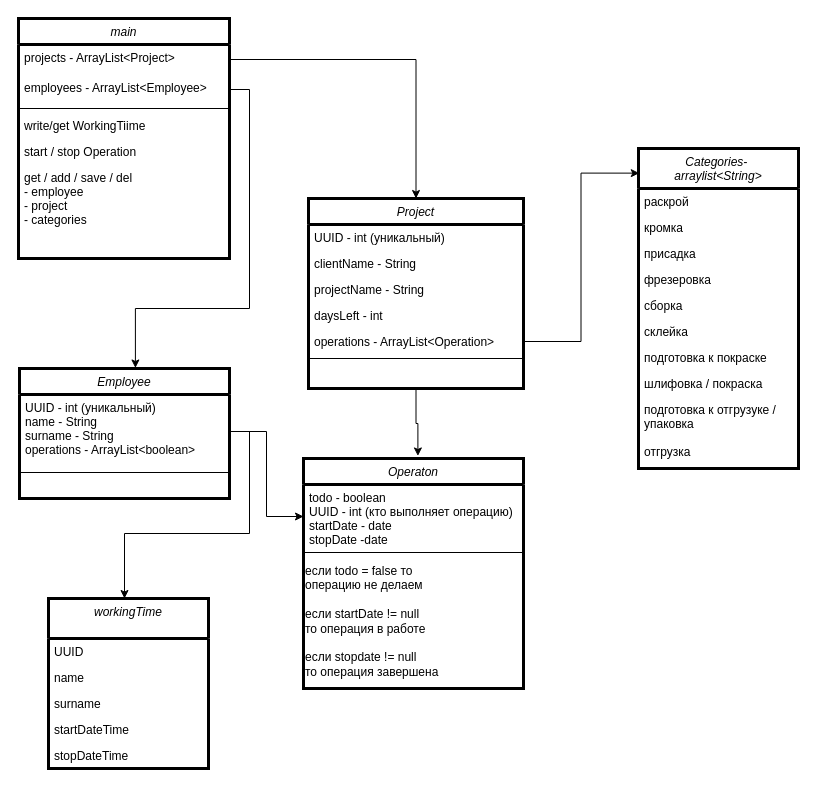
This is Диаграмма TRAE.drawio from darken321/diagrams, a draw.io file, before an edit. Source tidied: cells renumbered, new cells numbered last; positions are measured from the earlier drawing's top-left corner, leaving out a move shared by most shapes. Both pictures are drawn from the tidied source at 100%, with x=0, y=0 at pixel (18, 18).
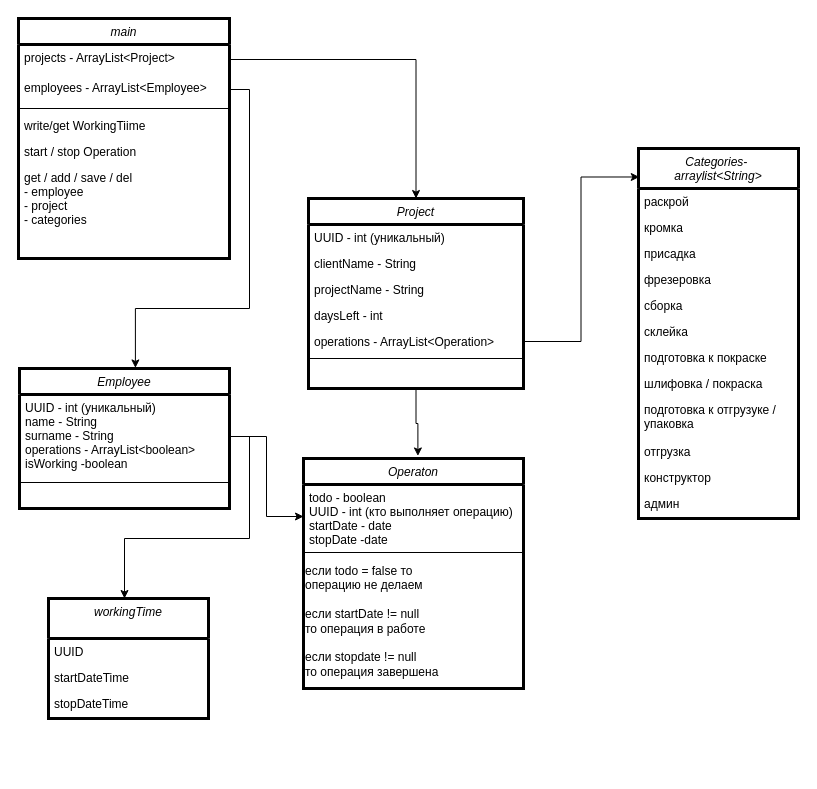
The same page after the edit.

Diff of the diagram source:
```diff
@@
     <mxCell id="10" value="Categories- &#10;arraylist&lt;String&gt;" style="swimlane;fontStyle=2;align=center;verticalAlign=top;horizontal=1;startSize=40;rounded=0;shadow=0;strokeWidth=3;" parent="1" vertex="1">
-      <mxGeometry x="620" y="130" width="160" height="320" as="geometry" />
+      <mxGeometry x="620" y="130" width="160" height="370" as="geometry" />
     </mxCell>
@@
+    <mxCell id="46" value="конструктор" style="text;align=left;verticalAlign=top;spacingLeft=4;spacingRight=4;overflow=hidden;rounded=0;shadow=0;html=0;" parent="10" vertex="1">
+      <mxGeometry y="316" width="160" height="26" as="geometry" />
+    </mxCell>
+    <mxCell id="47" value="админ" style="text;align=left;verticalAlign=top;spacingLeft=4;spacingRight=4;overflow=hidden;rounded=0;shadow=0;html=0;" parent="10" vertex="1">
+      <mxGeometry y="342" width="160" height="26" as="geometry" />
+    </mxCell>
     <mxCell id="21" value="Employee" style="swimlane;fontStyle=2;align=center;verticalAlign=top;horizontal=1;startSize=26;rounded=0;shadow=0;strokeWidth=3;" parent="1" vertex="1">
-      <mxGeometry x="1" y="350" width="210" height="130" as="geometry" />
+      <mxGeometry x="1" y="350" width="210" height="140" as="geometry" />
     </mxCell>
-    <mxCell id="22" value="UUID - int (уникальный)&#10;name - String&#10;surname - String&#10;operations - ArrayList&lt;boolean&gt;&#10;" style="text;align=left;verticalAlign=top;spacingLeft=4;spacingRight=4;overflow=hidden;points=[[0,0.5],[1,0.5]];portConstraint=eastwest;" parent="21" vertex="1">
-      <mxGeometry y="26" width="210" height="74" as="geometry" />
+    <mxCell id="22" value="UUID - int (уникальный)&#10;name - String&#10;surname - String&#10;operations - ArrayList&lt;boolean&gt;&#10;isWorking -boolean" style="text;align=left;verticalAlign=top;spacingLeft=4;spacingRight=4;overflow=hidden;points=[[0,0.5],[1,0.5]];portConstraint=eastwest;" parent="21" vertex="1">
+      <mxGeometry y="26" width="210" height="84" as="geometry" />
     </mxCell>
     <mxCell id="23" style="line;html=1;strokeWidth=1;align=left;verticalAlign=middle;spacingTop=-1;spacingLeft=3;spacingRight=3;labelPosition=right;" parent="21" vertex="1">
-      <mxGeometry y="100" width="210" height="8" as="geometry" />
+      <mxGeometry y="110" width="210" height="8" as="geometry" />
     </mxCell>
@@
     <mxCell id="38" value="workingTime" style="swimlane;fontStyle=2;align=center;verticalAlign=top;horizontal=1;startSize=40;rounded=0;shadow=0;strokeWidth=3;" parent="1" vertex="1">
-      <mxGeometry x="30" y="580" width="160" height="170" as="geometry" />
+      <mxGeometry x="30" y="580" width="160" height="120" as="geometry" />
     </mxCell>
@@
-    <mxCell id="40" value="name" style="text;align=left;verticalAlign=top;spacingLeft=4;spacingRight=4;overflow=hidden;" parent="38" vertex="1">
-      <mxGeometry y="66" width="160" height="26" as="geometry" />
-    </mxCell>
-    <mxCell id="41" value="surname" style="text;align=left;verticalAlign=top;spacingLeft=4;spacingRight=4;overflow=hidden;" parent="38" vertex="1">
-      <mxGeometry y="92" width="160" height="26" as="geometry" />
-    </mxCell>
     <mxCell id="42" value="startDateTime" style="text;align=left;verticalAlign=top;spacingLeft=4;spacingRight=4;overflow=hidden;" parent="38" vertex="1">
-      <mxGeometry y="118" width="160" height="26" as="geometry" />
+      <mxGeometry y="66" width="160" height="26" as="geometry" />
     </mxCell>
     <mxCell id="43" value="stopDateTime" style="text;align=left;verticalAlign=top;spacingLeft=4;spacingRight=4;overflow=hidden;" parent="38" vertex="1">
-      <mxGeometry y="144" width="160" height="26" as="geometry" />
+      <mxGeometry y="92" width="160" height="26" as="geometry" />
     </mxCell>
```
